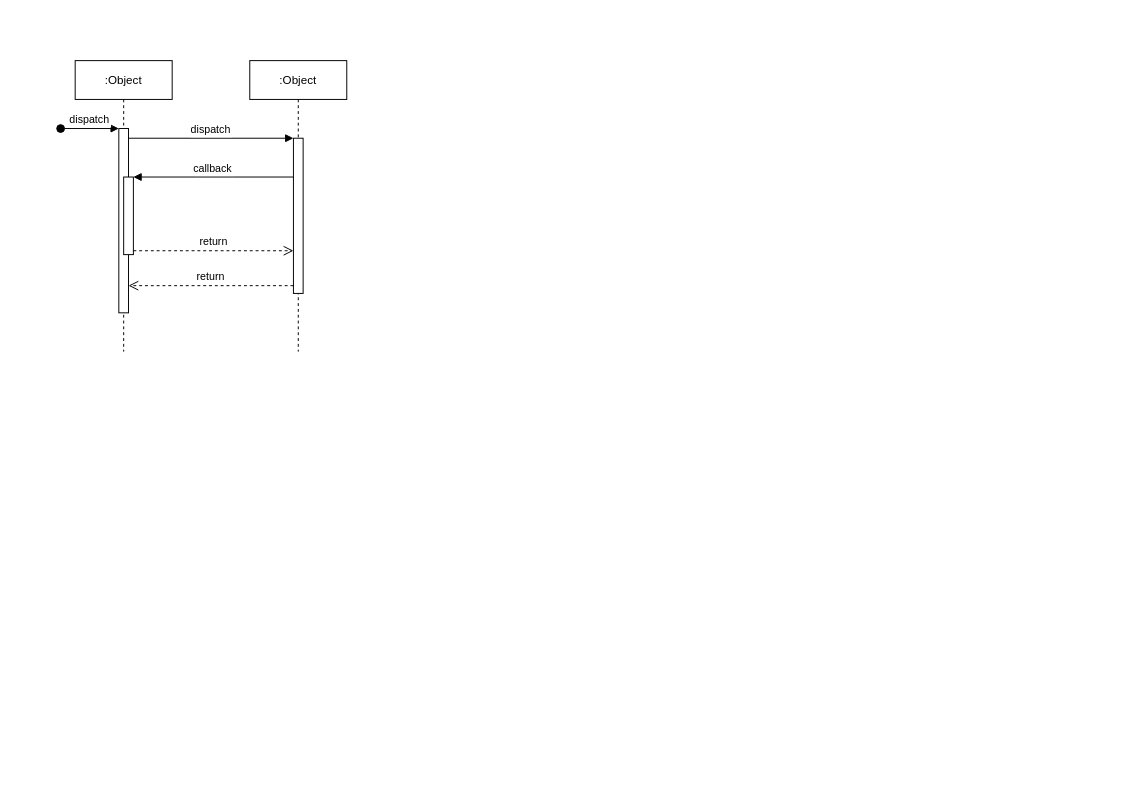
The draw.io diagram docs/Untitled Diagram.drawio in worldscapes/engine, before the edit. Source tidied: cells renumbered, new cells numbered last; positions are measured from the earlier drawing's top-left corner, leaving out a move shared by most shapes. Both pictures are drawn from the tidied source at 97%, with x=0, y=0 at pixel (60, 60).
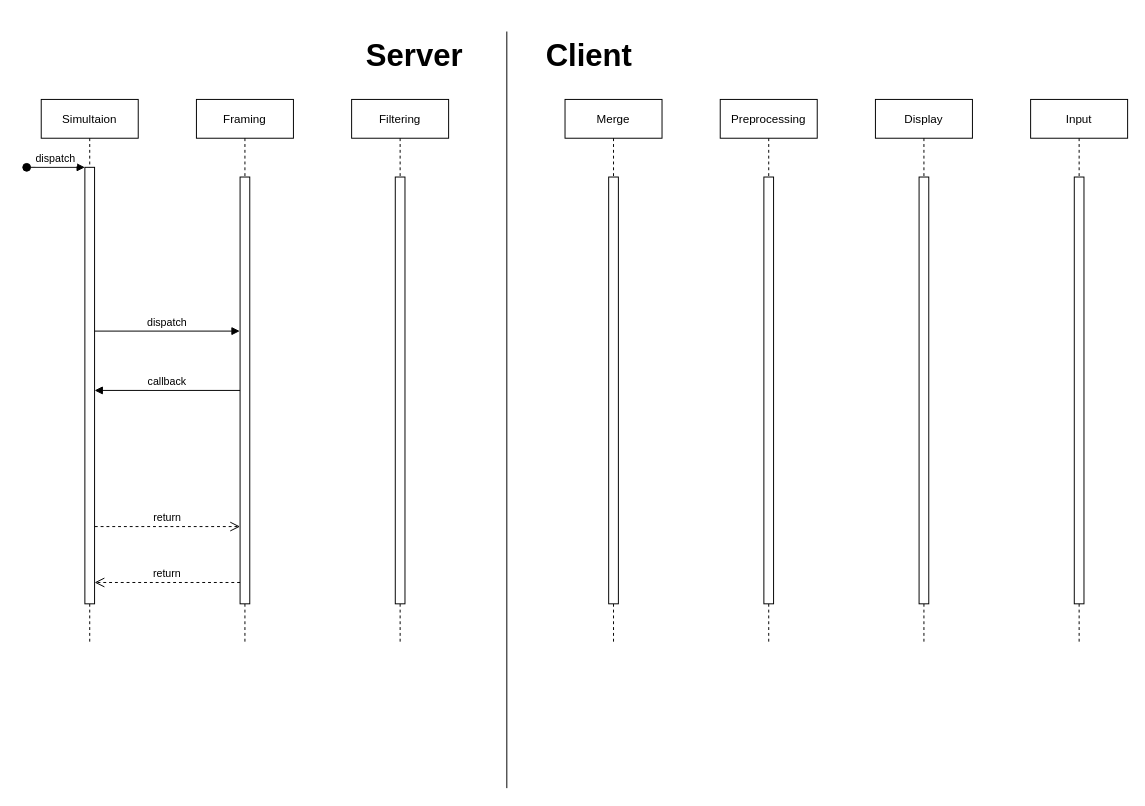
Above is the later version.

The edit, as a diff of the source:
```diff
@@
-    <mxCell id="2" value=":Object" style="shape=umlLifeline;perimeter=lifelinePerimeter;rounded=0;shadow=0;strokeWidth=1;" parent="1" vertex="1">
-      <mxGeometry x="15" width="100" height="300" as="geometry" />
+    <mxCell id="2" value="Simultaion" style="shape=umlLifeline;perimeter=lifelinePerimeter;rounded=0;shadow=0;strokeWidth=1;" parent="1" vertex="1">
+      <mxGeometry x="-20" y="40" width="100" height="560" as="geometry" />
     </mxCell>
     <mxCell id="3" style="points=[];perimeter=orthogonalPerimeter;rounded=0;shadow=0;strokeWidth=1;" parent="2" vertex="1">
-      <mxGeometry x="45" y="70" width="10" height="190" as="geometry" />
+      <mxGeometry x="45" y="70" width="10" height="450" as="geometry" />
     </mxCell>
@@
-    <mxCell id="5" style="points=[];perimeter=orthogonalPerimeter;rounded=0;shadow=0;strokeWidth=1;" parent="2" vertex="1">
-      <mxGeometry x="50" y="120" width="10" height="80" as="geometry" />
-    </mxCell>
-    <mxCell id="6" value=":Object" style="shape=umlLifeline;perimeter=lifelinePerimeter;rounded=0;shadow=0;strokeWidth=1;" parent="1" vertex="1">
-      <mxGeometry x="195" width="100" height="300" as="geometry" />
+    <mxCell id="6" value="Framing" style="shape=umlLifeline;perimeter=lifelinePerimeter;rounded=0;shadow=0;strokeWidth=1;" parent="1" vertex="1">
+      <mxGeometry x="140" y="40" width="100" height="560" as="geometry" />
     </mxCell>
     <mxCell id="7" style="points=[];perimeter=orthogonalPerimeter;rounded=0;shadow=0;strokeWidth=1;" parent="6" vertex="1">
-      <mxGeometry x="45" y="80" width="10" height="160" as="geometry" />
+      <mxGeometry x="45" y="80" width="10" height="440" as="geometry" />
     </mxCell>
@@
-    <mxCell id="9" value="dispatch" style="verticalAlign=bottom;endArrow=block;entryX=0;entryY=0;shadow=0;strokeWidth=1;" parent="1" edge="1" source="3" target="7">
+    <mxCell id="9" value="dispatch" style="verticalAlign=bottom;endArrow=block;entryX=-0.037;entryY=0.361;shadow=0;strokeWidth=1;entryDx=0;entryDy=0;entryPerimeter=0;" parent="1" edge="1" source="3" target="7">
       <mxGeometry relative="1" as="geometry" />
     </mxCell>
-    <mxCell id="10" value="callback" style="verticalAlign=bottom;endArrow=block;entryX=1;entryY=0;shadow=0;strokeWidth=1;" parent="1" edge="1" source="7" target="5">
+    <mxCell id="10" value="callback" style="verticalAlign=bottom;endArrow=block;shadow=0;strokeWidth=1;" parent="1" edge="1" source="7" target="3">
       <mxGeometry relative="1" as="geometry" />
     </mxCell>
-    <mxCell id="11" value="return" style="verticalAlign=bottom;endArrow=open;dashed=1;endSize=8;exitX=1;exitY=0.95;shadow=0;strokeWidth=1;" parent="1" edge="1" source="5" target="7">
+    <mxCell id="11" value="return" style="verticalAlign=bottom;endArrow=open;dashed=1;endSize=8;shadow=0;strokeWidth=1;exitX=1.025;exitY=0.823;exitDx=0;exitDy=0;exitPerimeter=0;" parent="1" edge="1" source="3" target="7">
       <mxGeometry relative="1" as="geometry" />
     </mxCell>
+    <mxCell id="12" value="Merge" style="shape=umlLifeline;perimeter=lifelinePerimeter;rounded=0;shadow=0;strokeWidth=1;" parent="1" vertex="1">
+      <mxGeometry x="520" y="40" width="100" height="560" as="geometry" />
+    </mxCell>
+    <mxCell id="13" style="perimeter=orthogonalPerimeter;rounded=0;shadow=0;strokeWidth=1;" parent="12" vertex="1">
+      <mxGeometry x="45" y="80" width="10" height="440" as="geometry" />
+    </mxCell>
+    <mxCell id="14" value="Preprocessing" style="shape=umlLifeline;perimeter=lifelinePerimeter;rounded=0;shadow=0;strokeWidth=1;" parent="1" vertex="1">
+      <mxGeometry x="680" y="40" width="100" height="560" as="geometry" />
+    </mxCell>
+    <mxCell id="15" style="perimeter=orthogonalPerimeter;rounded=0;shadow=0;strokeWidth=1;" parent="14" vertex="1">
+      <mxGeometry x="45" y="80" width="10" height="440" as="geometry" />
+    </mxCell>
+    <mxCell id="16" value="Display" style="shape=umlLifeline;perimeter=lifelinePerimeter;rounded=0;shadow=0;strokeWidth=1;" parent="1" vertex="1">
+      <mxGeometry x="840" y="40" width="100" height="560" as="geometry" />
+    </mxCell>
+    <mxCell id="17" style="perimeter=orthogonalPerimeter;rounded=0;shadow=0;strokeWidth=1;" parent="16" vertex="1">
+      <mxGeometry x="45" y="80" width="10" height="440" as="geometry" />
+    </mxCell>
+    <mxCell id="18" value="Input" style="shape=umlLifeline;perimeter=lifelinePerimeter;rounded=0;shadow=0;strokeWidth=1;" parent="1" vertex="1">
+      <mxGeometry x="1000" y="40" width="100" height="560" as="geometry" />
+    </mxCell>
+    <mxCell id="19" style="perimeter=orthogonalPerimeter;rounded=0;shadow=0;strokeWidth=1;" parent="18" vertex="1">
+      <mxGeometry x="45" y="80" width="10" height="440" as="geometry" />
+    </mxCell>
+    <mxCell id="20" value="Filtering" style="shape=umlLifeline;perimeter=lifelinePerimeter;rounded=0;shadow=0;strokeWidth=1;" parent="1" vertex="1">
+      <mxGeometry x="300" y="40" width="100" height="560" as="geometry" />
+    </mxCell>
+    <mxCell id="21" style="perimeter=orthogonalPerimeter;rounded=0;shadow=0;strokeWidth=1;" parent="20" vertex="1">
+      <mxGeometry x="45" y="80" width="10" height="440" as="geometry" />
+    </mxCell>
+    <mxCell id="22" style="endArrow=none;html=1;rounded=0;" parent="1" edge="1">
+      <mxGeometry relative="1" as="geometry">
+        <mxPoint x="460" y="750" as="sourcePoint" />
+        <mxPoint x="460" y="-30" as="targetPoint" />
+      </mxGeometry>
+    </mxCell>
+    <mxCell id="23" value="&lt;h1&gt;Client&lt;/h1&gt;" style="text;html=1;strokeColor=none;fillColor=none;align=center;verticalAlign=middle;whiteSpace=wrap;rounded=0;fontSize=16;" parent="1" vertex="1">
+      <mxGeometry x="515" y="-20" width="60" height="30" as="geometry" />
+    </mxCell>
+    <mxCell id="24" value="&lt;h1&gt;Server&lt;/h1&gt;" style="text;html=1;strokeColor=none;fillColor=none;align=center;verticalAlign=middle;whiteSpace=wrap;rounded=0;fontSize=16;" parent="1" vertex="1">
+      <mxGeometry x="335" y="-20" width="60" height="30" as="geometry" />
+    </mxCell>
```
